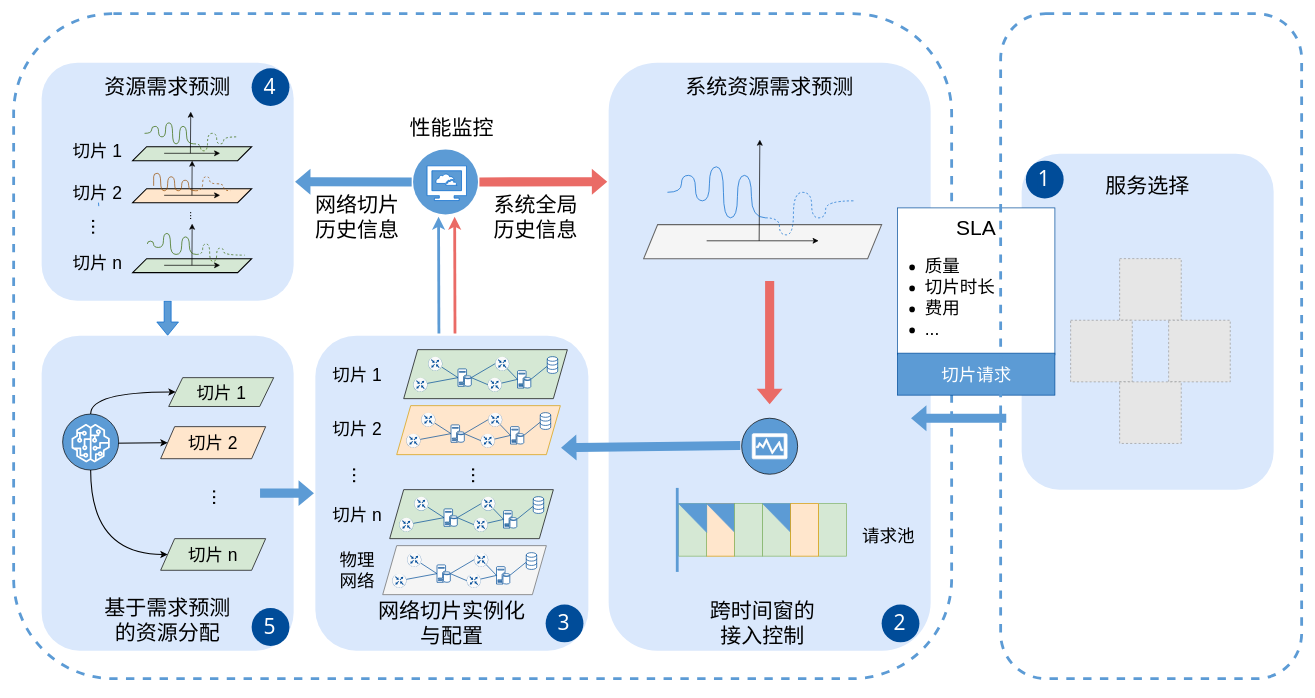
SOANykun/SOA.github.io keeps this draw.io diagram as 切片调度.drawio. Above is the earlier version. Source tidied: cells renumbered, new cells numbered last; positions are measured from the earlier drawing's top-left corner, leaving out a move shared by most shapes. Both pictures are drawn from the tidied source at 70%, with x=0, y=0 at pixel (13, 13). Pictures stored in the file or linked from it are replaced by grey dashed boxes.
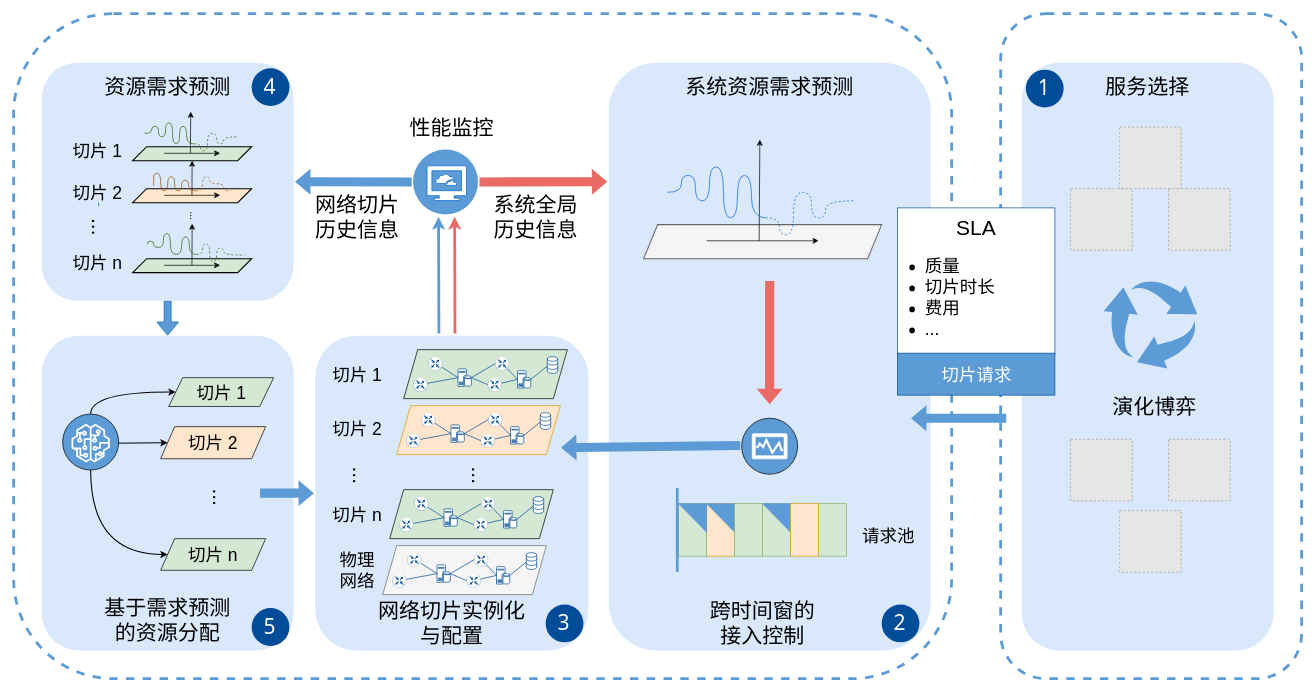
The same page after the edit.

Commit message (it also covers changes not shown here):
更新切片调度.drawio

Change to the diagram source:
```diff
@@
+    <mxCell id="169" style="rounded=1;whiteSpace=wrap;html=1;labelBackgroundColor=#5C9BD5;strokeColor=#5C9BD5;strokeWidth=4;fontSize=25;fontColor=#FFFFFF;fillColor=none;dashed=1;" parent="1" vertex="1">
+      <mxGeometry x="1410" width="430" height="950" as="geometry" />
+    </mxCell>
@@
     <mxCell id="3" style="rounded=1;whiteSpace=wrap;html=1;labelBackgroundColor=#5C9BD5;strokeColor=none;strokeWidth=1;fontSize=25;fillColor=#dae8fc;" parent="1" vertex="1">
-      <mxGeometry x="1440" y="200" width="360" height="480" as="geometry" />
+      <mxGeometry x="1440" y="70" width="360" height="840" as="geometry" />
     </mxCell>
     <mxCell id="4" style="group;" parent="1" vertex="1">
-      <mxGeometry x="1510" y="350" width="280" height="441" as="geometry" />
+      <mxGeometry x="1510" y="162" width="280" height="441" as="geometry" />
     </mxCell>
@@
-    <mxCell id="8" style="fillColor=#E6E6E6;strokeColor=#999999;dashed=1;html=1;verticalAlign=top;verticalLabelPosition=bottom;labelBackgroundColor=#ffffff;fontSize=25;fontColor=#5C9BD5;" parent="4" vertex="1">
-      <mxGeometry x="70" y="176" width="88" height="88" as="geometry" />
-    </mxCell>
+    <mxCell id="174" style="sketch=0;html=1;strokeColor=none;shadow=0;align=center;verticalAlign=top;fillColor=#5C9BD5;shape=mxgraph.gcp2.arrow_cycle;dashed=1;labelBackgroundColor=#004C99;strokeWidth=4;fontSize=30;fontColor=#FFFFFF;" parent="4" vertex="1">
+      <mxGeometry x="47.2" y="218" width="133.7" height="127" as="geometry" />
+    </mxCell>
@@
     <mxCell id="156" value="服务选择" style="text;strokeColor=none;align=center;fillColor=none;html=1;verticalAlign=middle;whiteSpace=wrap;rounded=0;fontSize=30;" parent="1" vertex="1">
-      <mxGeometry x="1495" y="230" width="250" height="30" as="geometry" />
+      <mxGeometry x="1495" y="90" width="250" height="30" as="geometry" />
     </mxCell>
@@
-    <mxCell id="169" style="rounded=1;whiteSpace=wrap;html=1;labelBackgroundColor=#5C9BD5;strokeColor=#5C9BD5;strokeWidth=4;fontSize=25;fontColor=#FFFFFF;fillColor=none;dashed=1;" parent="1" vertex="1">
-      <mxGeometry x="1410" width="430" height="950" as="geometry" />
-    </mxCell>
     <mxCell id="170" value="&lt;font style=&quot;font-size: 30px; background-color: rgb(0, 76, 153);&quot;&gt;1&lt;/font&gt;" style="ellipse;whiteSpace=wrap;html=1;strokeWidth=2;fontFamily=Tahoma;spacingBottom=4;spacingRight=2;strokeColor=none;dashed=1;labelBackgroundColor=#004C99;fontSize=25;fontColor=#FFFFFF;fillColor=#004C99;" parent="1" vertex="1">
-      <mxGeometry x="1446" y="210" width="54" height="54" as="geometry" />
+      <mxGeometry x="1446" y="80" width="54" height="54" as="geometry" />
     </mxCell>
@@
+    <mxCell id="175" style="group;" parent="1" vertex="1">
+      <mxGeometry x="1510" y="520" width="280" height="441" as="geometry" />
+    </mxCell>
+    <mxCell id="176" style="fillColor=#E6E6E6;strokeColor=#999999;dashed=1;html=1;verticalAlign=top;verticalLabelPosition=bottom;labelBackgroundColor=#ffffff;fontSize=25;fontColor=#5C9BD5;" parent="175" vertex="1">
+      <mxGeometry x="70" y="190" width="88" height="88" as="geometry" />
+    </mxCell>
+    <mxCell id="177" style="fillColor=#E6E6E6;strokeColor=#999999;dashed=1;html=1;verticalAlign=top;verticalLabelPosition=bottom;labelBackgroundColor=#ffffff;fontSize=25;fontColor=#5C9BD5;" parent="175" vertex="1">
+      <mxGeometry y="88" width="88" height="88" as="geometry" />
+    </mxCell>
+    <mxCell id="178" style="fillColor=#E6E6E6;strokeColor=#999999;dashed=1;html=1;verticalAlign=top;verticalLabelPosition=bottom;labelBackgroundColor=#ffffff;fontSize=25;fontColor=#5C9BD5;" parent="175" vertex="1">
+      <mxGeometry x="140" y="88" width="88" height="88" as="geometry" />
+    </mxCell>
+    <mxCell id="179" value="演化博弈" style="text;strokeColor=none;align=center;fillColor=none;html=1;verticalAlign=middle;whiteSpace=wrap;rounded=0;fontSize=30;" parent="1" vertex="1">
+      <mxGeometry x="1540" y="545" width="180" height="33.8" as="geometry" />
+    </mxCell>
```
